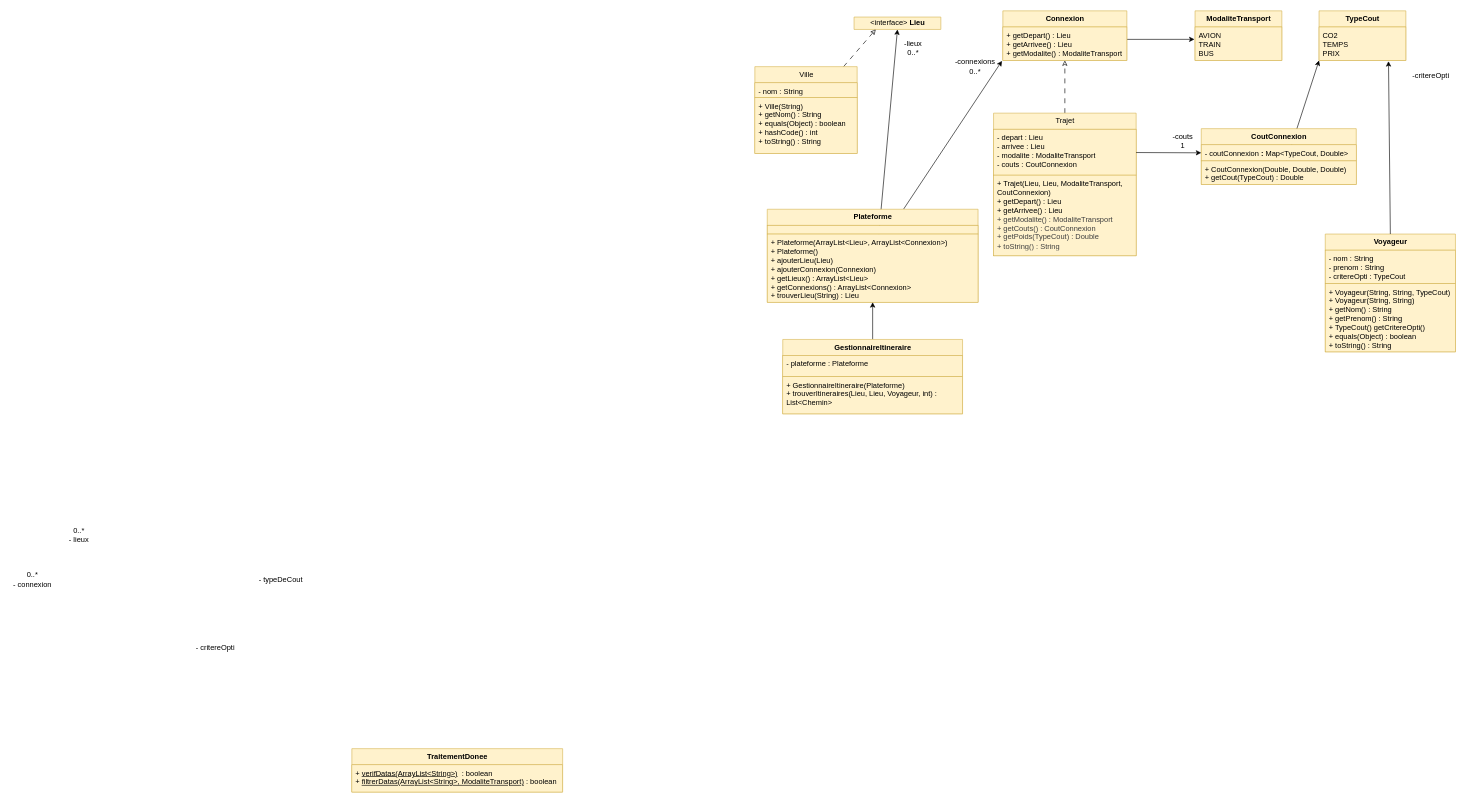
The draw.io diagram rapport/uml.drawio in Nelioo7/GPS3000, before the edit. Source tidied: cells renumbered, new cells numbered last; positions are measured from the earlier drawing's top-left corner, leaving out a move shared by most shapes. Both pictures are drawn from the tidied source at 62%, with x=0, y=0 at pixel (11, 11).
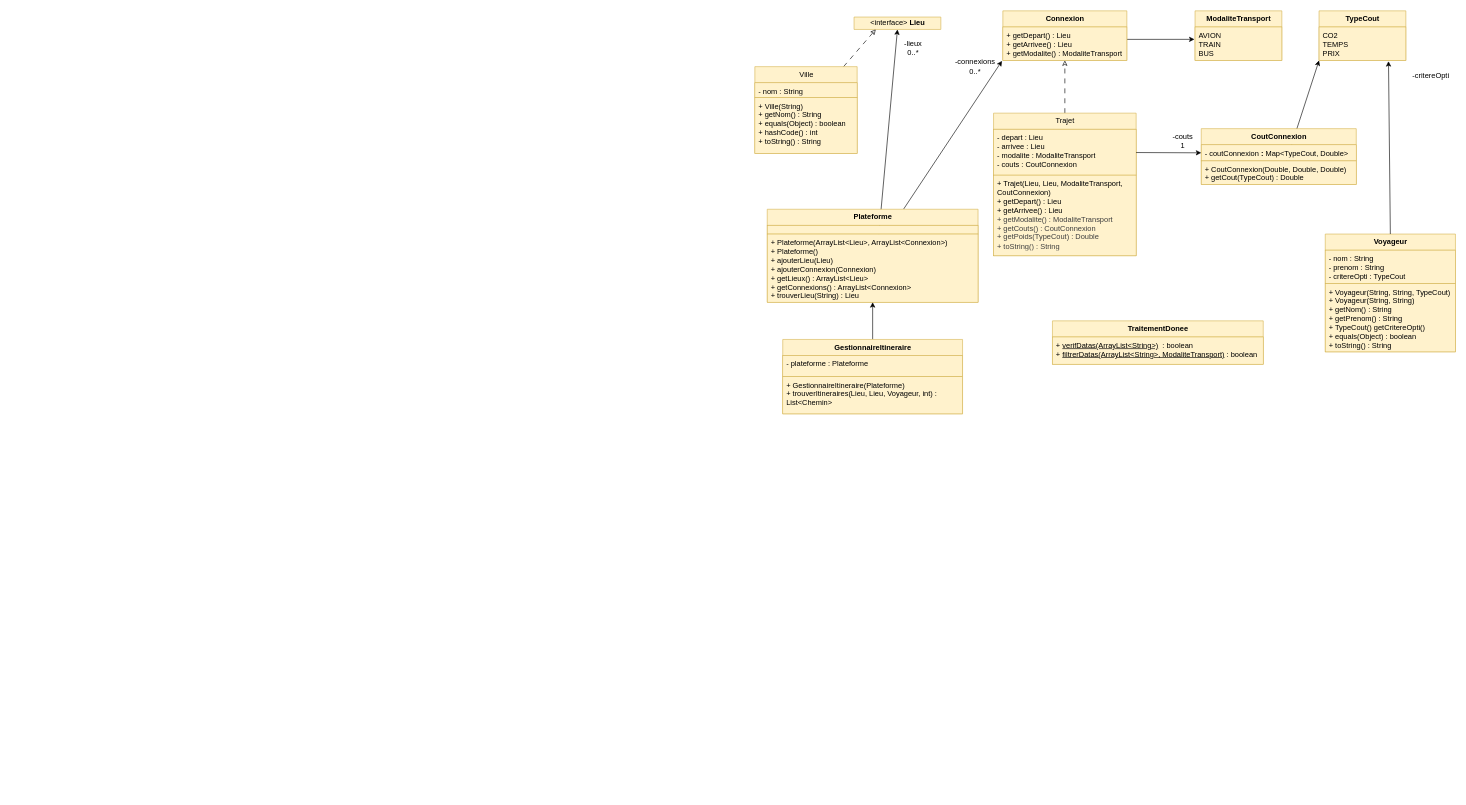
The same page after the edit.

Diff of the diagram source:
```diff
@@
     <mxCell id="11" value="&lt;b&gt;TraitementDonee&lt;/b&gt;" style="swimlane;fontStyle=0;horizontal=1;startSize=26;fillColor=#fff2cc;html=1;rounded=0;arcSize=7;strokeColor=#d6b656;" parent="1" vertex="1">
-      <mxGeometry x="550" y="1190" width="340" height="70" as="geometry" />
+      <mxGeometry x="1680" y="500" width="340" height="70" as="geometry" />
     </mxCell>
@@
-    <mxCell id="26" value="- critereOpti" style="text;html=1;align=center;verticalAlign=middle;whiteSpace=wrap;rounded=0;" parent="1" vertex="1">
-      <mxGeometry x="290" y="1012" width="80" height="30" as="geometry" />
-    </mxCell>
-    <mxCell id="27" value="0..*&lt;br&gt;- lieux" style="text;html=1;align=center;verticalAlign=middle;whiteSpace=wrap;rounded=0;" parent="1" vertex="1">
-      <mxGeometry x="80" y="830" width="60" height="30" as="geometry" />
-    </mxCell>
-    <mxCell id="28" value="0..*&lt;br&gt;- connexion" style="text;html=1;align=center;verticalAlign=middle;whiteSpace=wrap;rounded=0;" parent="1" vertex="1">
-      <mxGeometry y="902" width="70" height="30" as="geometry" />
-    </mxCell>
-    <mxCell id="29" value="- typeDeCout" style="text;html=1;align=center;verticalAlign=middle;strokeColor=none;fillColor=none;" parent="1" vertex="1">
-      <mxGeometry x="390" y="902" width="90" height="30" as="geometry" />
-    </mxCell>
```
